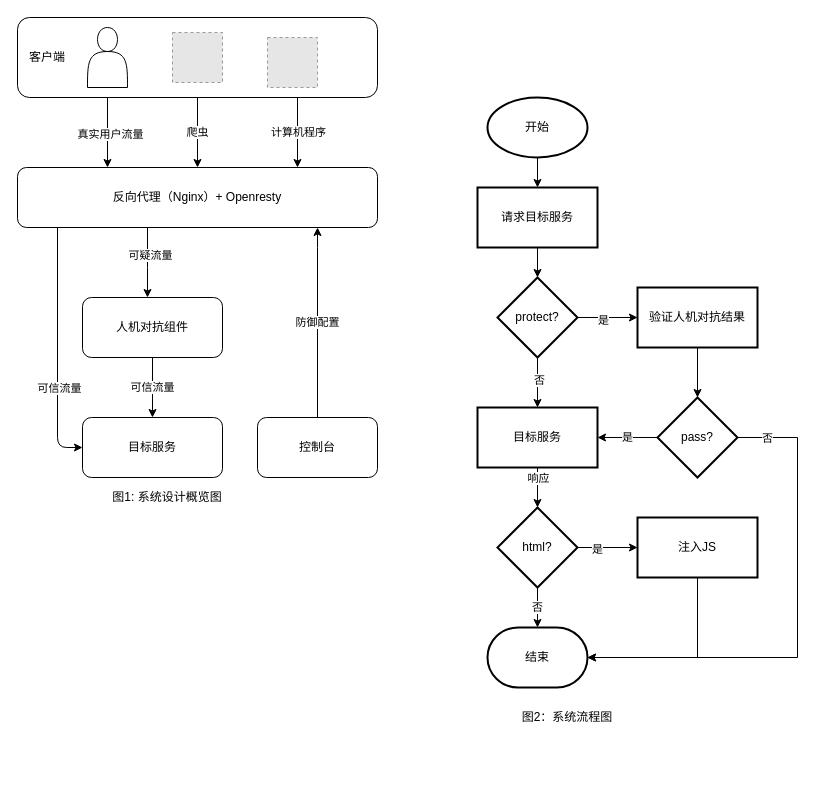
Before: page "第 2 页" (2 of 2) of 未命名绘图.drawio in luxiao/luxiao, a draw.io diagram. Source tidied: cells renumbered, new cells numbered last; positions are measured from the earlier drawing's top-left corner, leaving out a move shared by most shapes. Both pictures are drawn from the tidied source at 100%, with x=0, y=0 at pixel (17, 17). Pictures stored in the file or linked from it are replaced by grey dashed boxes.
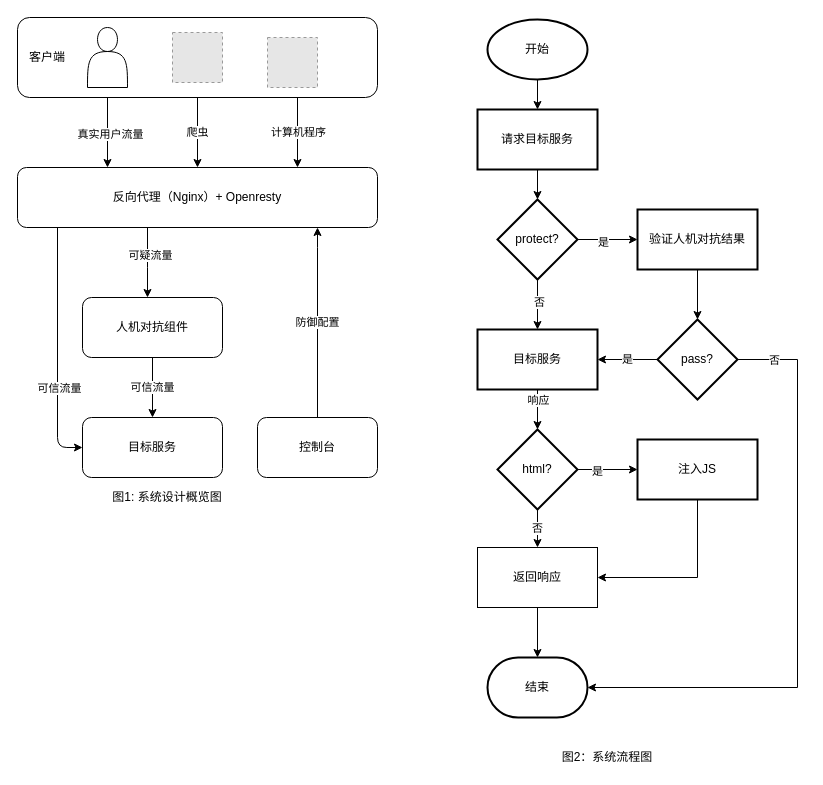
The same page after the edit.

Commit message:
更新未命名绘图.drawio

Change to the diagram source:
```diff
@@
     <mxCell id="24" value="开始" style="strokeWidth=2;html=1;shape=mxgraph.flowchart.start_1;whiteSpace=wrap;" parent="1" vertex="1">
-      <mxGeometry x="470" y="80" width="100" height="60" as="geometry" />
+      <mxGeometry x="470" y="2" width="100" height="60" as="geometry" />
     </mxCell>
@@
     <mxCell id="26" value="请求目标服务" style="whiteSpace=wrap;html=1;strokeWidth=2;" parent="1" vertex="1">
-      <mxGeometry x="460" y="170" width="120" height="60" as="geometry" />
+      <mxGeometry x="460" y="92" width="120" height="60" as="geometry" />
     </mxCell>
@@
     <mxCell id="31" value="protect?" style="rhombus;whiteSpace=wrap;html=1;strokeWidth=2;" parent="1" vertex="1">
-      <mxGeometry x="480" y="260" width="80" height="80" as="geometry" />
+      <mxGeometry x="480" y="182" width="80" height="80" as="geometry" />
     </mxCell>
@@
     <mxCell id="34" value="目标服务" style="whiteSpace=wrap;html=1;strokeWidth=2;" parent="1" vertex="1">
-      <mxGeometry x="460" y="390" width="120" height="60" as="geometry" />
+      <mxGeometry x="460" y="312" width="120" height="60" as="geometry" />
     </mxCell>
-    <mxCell id="35" value="否" style="edgeStyle=orthogonalEdgeStyle;rounded=0;jettySize=auto;html=1;" parent="1" edge="1" source="38" target="39">
+    <mxCell id="35" value="否" style="edgeStyle=orthogonalEdgeStyle;rounded=0;jettySize=auto;html=1;entryX=0.5;entryY=0;entryDx=0;entryDy=0;" parent="1" edge="1" source="38" target="50">
       <mxGeometry relative="1" as="geometry" />
     </mxCell>
@@
     <mxCell id="38" value="html?" style="rhombus;whiteSpace=wrap;html=1;strokeWidth=2;" parent="1" vertex="1">
-      <mxGeometry x="480" y="490" width="80" height="80" as="geometry" />
+      <mxGeometry x="480" y="412" width="80" height="80" as="geometry" />
     </mxCell>
     <mxCell id="39" value="结束" style="strokeWidth=2;html=1;shape=mxgraph.flowchart.terminator;whiteSpace=wrap;" parent="1" vertex="1">
-      <mxGeometry x="470" y="610" width="100" height="60" as="geometry" />
+      <mxGeometry x="470" y="640" width="100" height="60" as="geometry" />
     </mxCell>
-    <mxCell id="40" style="edgeStyle=orthogonalEdgeStyle;rounded=0;jettySize=auto;html=1;entryX=1;entryY=0.5;entryDx=0;entryDy=0;entryPerimeter=0;" parent="1" edge="1" source="41" target="39">
+    <mxCell id="40" style="edgeStyle=orthogonalEdgeStyle;rounded=0;jettySize=auto;html=1;entryX=1;entryY=0.5;entryDx=0;entryDy=0;" parent="1" edge="1" source="41" target="50">
       <mxGeometry relative="1" as="geometry">
         <Array as="points">
-          <mxPoint x="680" y="640" />
+          <mxPoint x="680" y="560" />
         </Array>
       </mxGeometry>
     </mxCell>
     <mxCell id="41" value="注入JS" style="whiteSpace=wrap;html=1;strokeWidth=2;" parent="1" vertex="1">
-      <mxGeometry x="620" y="500" width="120" height="60" as="geometry" />
+      <mxGeometry x="620" y="422" width="120" height="60" as="geometry" />
     </mxCell>
@@
     <mxCell id="43" value="验证人机对抗结果" style="whiteSpace=wrap;html=1;strokeWidth=2;" parent="1" vertex="1">
-      <mxGeometry x="620" y="270" width="120" height="60" as="geometry" />
+      <mxGeometry x="620" y="192" width="120" height="60" as="geometry" />
     </mxCell>
@@
     <mxCell id="45" style="edgeStyle=orthogonalEdgeStyle;rounded=0;jettySize=auto;html=1;" parent="1" edge="1" source="47">
       <mxGeometry relative="1" as="geometry">
-        <mxPoint x="570" y="640" as="targetPoint" />
+        <mxPoint x="570" y="670" as="targetPoint" />
         <Array as="points">
-          <mxPoint x="780" y="420" />
-          <mxPoint x="780" y="640" />
+          <mxPoint x="780" y="342" />
+          <mxPoint x="780" y="670" />
         </Array>
       </mxGeometry>
     </mxCell>
@@
     <mxCell id="47" value="pass?" style="rhombus;whiteSpace=wrap;html=1;strokeWidth=2;" parent="1" vertex="1">
-      <mxGeometry x="640" y="380" width="80" height="80" as="geometry" />
+      <mxGeometry x="640" y="302" width="80" height="80" as="geometry" />
     </mxCell>
     <mxCell id="48" value="图2：系统流程图" style="text;html=1;strokeColor=none;fillColor=none;align=center;verticalAlign=middle;whiteSpace=wrap;rounded=0;" parent="1" vertex="1">
-      <mxGeometry x="490" y="690" width="120" height="20" as="geometry" />
+      <mxGeometry x="530" y="730" width="120" height="20" as="geometry" />
     </mxCell>
+    <mxCell id="49" style="edgeStyle=orthogonalEdgeStyle;rounded=0;jettySize=auto;html=1;" parent="1" edge="1" source="50" target="39">
+      <mxGeometry relative="1" as="geometry" />
+    </mxCell>
+    <mxCell id="50" value="返回响应" style="rounded=0;whiteSpace=wrap;html=1;" parent="1" vertex="1">
+      <mxGeometry x="460" y="530" width="120" height="60" as="geometry" />
+    </mxCell>
```
